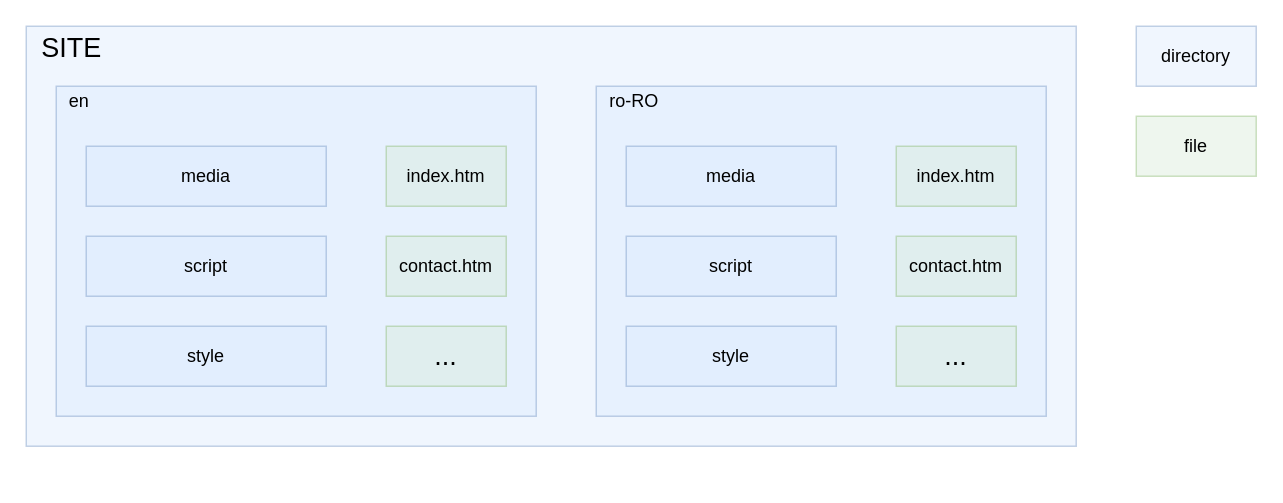
The draw.io diagram page "Multi-language Site Layout" (16 of 20) of doc/model/diagrams.drawio in js-lib-com/wood, before the edit. Source tidied: cells renumbered, new cells numbered last; positions are measured from the earlier drawing's top-left corner, leaving out a move shared by most shapes. Both pictures are drawn from the tidied source at 150%, with x=0, y=0 at pixel (26, 26).
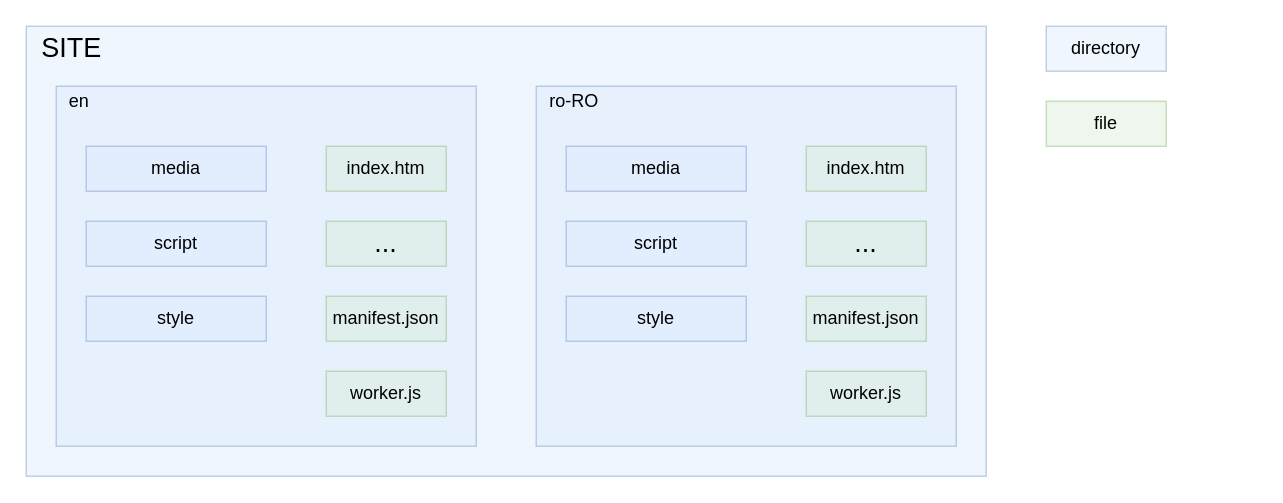
The same page after the edit.

Diff of the diagram source:
```diff
@@
     <mxCell id="2" style="rounded=0;whiteSpace=wrap;html=1;fontSize=12;fillColor=#dae8fc;strokeColor=#6c8ebf;opacity=40;" parent="1" vertex="1">
-      <mxGeometry width="700" height="280" as="geometry" />
+      <mxGeometry width="640" height="300" as="geometry" />
     </mxCell>
     <mxCell id="3" style="rounded=0;whiteSpace=wrap;html=1;fillColor=#dae8fc;strokeColor=#6c8ebf;opacity=40;" parent="1" vertex="1">
-      <mxGeometry x="20" y="40" width="320" height="220" as="geometry" />
+      <mxGeometry x="20" y="40" width="280" height="240" as="geometry" />
     </mxCell>
     <mxCell id="4" value="media" style="rounded=0;whiteSpace=wrap;html=1;fillColor=#dae8fc;strokeColor=#6c8ebf;opacity=40;" parent="1" vertex="1">
-      <mxGeometry x="40" y="80" width="160" height="40" as="geometry" />
+      <mxGeometry x="40" y="80" width="120" height="30" as="geometry" />
     </mxCell>
     <mxCell id="5" value="script" style="rounded=0;whiteSpace=wrap;html=1;opacity=40;fillColor=#dae8fc;strokeColor=#6c8ebf;" parent="1" vertex="1">
-      <mxGeometry x="40" y="140" width="160" height="40" as="geometry" />
+      <mxGeometry x="40" y="130" width="120" height="30" as="geometry" />
     </mxCell>
     <mxCell id="6" value="style" style="rounded=0;whiteSpace=wrap;html=1;opacity=40;fillColor=#dae8fc;strokeColor=#6c8ebf;" parent="1" vertex="1">
-      <mxGeometry x="40" y="200" width="160" height="40" as="geometry" />
+      <mxGeometry x="40" y="180" width="120" height="30" as="geometry" />
     </mxCell>
@@
     <mxCell id="8" value="index.htm" style="rounded=0;whiteSpace=wrap;html=1;fontSize=12;opacity=40;fillColor=#d5e8d4;strokeColor=#82b366;" parent="1" vertex="1">
-      <mxGeometry x="240" y="80" width="80" height="40" as="geometry" />
+      <mxGeometry x="200" y="80" width="80" height="30" as="geometry" />
     </mxCell>
-    <mxCell id="9" value="contact.htm" style="rounded=0;whiteSpace=wrap;html=1;fontSize=12;opacity=40;fillColor=#d5e8d4;strokeColor=#82b366;" parent="1" vertex="1">
-      <mxGeometry x="240" y="140" width="80" height="40" as="geometry" />
+    <mxCell id="9" value="manifest.json" style="rounded=0;whiteSpace=wrap;html=1;fontSize=12;opacity=40;fillColor=#d5e8d4;strokeColor=#82b366;" parent="1" vertex="1">
+      <mxGeometry x="200" y="180" width="80" height="30" as="geometry" />
     </mxCell>
     <mxCell id="10" value="..." style="rounded=0;whiteSpace=wrap;html=1;fontSize=18;opacity=40;fillColor=#d5e8d4;strokeColor=#82b366;" parent="1" vertex="1">
-      <mxGeometry x="240" y="200" width="80" height="40" as="geometry" />
+      <mxGeometry x="200" y="130" width="80" height="30" as="geometry" />
     </mxCell>
     <mxCell id="11" value="directory" style="rounded=0;whiteSpace=wrap;html=1;fillColor=#dae8fc;strokeColor=#6c8ebf;opacity=40;" parent="1" vertex="1">
-      <mxGeometry x="740" width="80" height="40" as="geometry" />
+      <mxGeometry x="680" width="80" height="30" as="geometry" />
     </mxCell>
     <mxCell id="12" value="file" style="rounded=0;whiteSpace=wrap;html=1;fontSize=12;opacity=40;fillColor=#d5e8d4;strokeColor=#82b366;" parent="1" vertex="1">
-      <mxGeometry x="740" y="60" width="80" height="40" as="geometry" />
+      <mxGeometry x="680" y="50" width="80" height="30" as="geometry" />
     </mxCell>
     <mxCell id="13" style="rounded=0;whiteSpace=wrap;html=1;fillColor=#dae8fc;strokeColor=#6c8ebf;opacity=40;" parent="1" vertex="1">
-      <mxGeometry x="380" y="40" width="300" height="220" as="geometry" />
+      <mxGeometry x="340" y="40" width="280" height="240" as="geometry" />
     </mxCell>
     <mxCell id="14" value="media" style="rounded=0;whiteSpace=wrap;html=1;fillColor=#dae8fc;strokeColor=#6c8ebf;opacity=40;" parent="1" vertex="1">
-      <mxGeometry x="400" y="80" width="140" height="40" as="geometry" />
+      <mxGeometry x="360" y="80" width="120" height="30" as="geometry" />
     </mxCell>
     <mxCell id="15" value="script" style="rounded=0;whiteSpace=wrap;html=1;opacity=40;fillColor=#dae8fc;strokeColor=#6c8ebf;" parent="1" vertex="1">
-      <mxGeometry x="400" y="140" width="140" height="40" as="geometry" />
+      <mxGeometry x="360" y="130" width="120" height="30" as="geometry" />
     </mxCell>
     <mxCell id="16" value="style" style="rounded=0;whiteSpace=wrap;html=1;opacity=40;fillColor=#dae8fc;strokeColor=#6c8ebf;" parent="1" vertex="1">
-      <mxGeometry x="400" y="200" width="140" height="40" as="geometry" />
+      <mxGeometry x="360" y="180" width="120" height="30" as="geometry" />
     </mxCell>
     <mxCell id="17" value="ro-RO" style="text;html=1;align=center;verticalAlign=middle;strokeColor=none;fillColor=none;fontSize=12;spacing=0;" parent="1" vertex="1">
-      <mxGeometry x="380" y="40" width="50" height="20" as="geometry" />
+      <mxGeometry x="340" y="40" width="50" height="20" as="geometry" />
     </mxCell>
     <mxCell id="18" value="index.htm" style="rounded=0;whiteSpace=wrap;html=1;fontSize=12;opacity=40;fillColor=#d5e8d4;strokeColor=#82b366;" parent="1" vertex="1">
-      <mxGeometry x="580" y="80" width="80" height="40" as="geometry" />
+      <mxGeometry x="520" y="80" width="80" height="30" as="geometry" />
     </mxCell>
-    <mxCell id="19" value="contact.htm" style="rounded=0;whiteSpace=wrap;html=1;fontSize=12;opacity=40;fillColor=#d5e8d4;strokeColor=#82b366;" parent="1" vertex="1">
-      <mxGeometry x="580" y="140" width="80" height="40" as="geometry" />
+    <mxCell id="19" value="worker.js" style="rounded=0;whiteSpace=wrap;html=1;fontSize=12;opacity=40;fillColor=#d5e8d4;strokeColor=#82b366;" parent="1" vertex="1">
+      <mxGeometry x="200" y="230" width="80" height="30" as="geometry" />
     </mxCell>
     <mxCell id="20" value="..." style="rounded=0;whiteSpace=wrap;html=1;fontSize=18;opacity=40;fillColor=#d5e8d4;strokeColor=#82b366;" parent="1" vertex="1">
-      <mxGeometry x="580" y="200" width="80" height="40" as="geometry" />
+      <mxGeometry x="520" y="130" width="80" height="30" as="geometry" />
     </mxCell>
@@
+    <mxCell id="22" value="manifest.json" style="rounded=0;whiteSpace=wrap;html=1;fontSize=12;opacity=40;fillColor=#d5e8d4;strokeColor=#82b366;" parent="1" vertex="1">
+      <mxGeometry x="520" y="180" width="80" height="30" as="geometry" />
+    </mxCell>
+    <mxCell id="23" value="worker.js" style="rounded=0;whiteSpace=wrap;html=1;fontSize=12;opacity=40;fillColor=#d5e8d4;strokeColor=#82b366;" parent="1" vertex="1">
+      <mxGeometry x="520" y="230" width="80" height="30" as="geometry" />
+    </mxCell>
```
